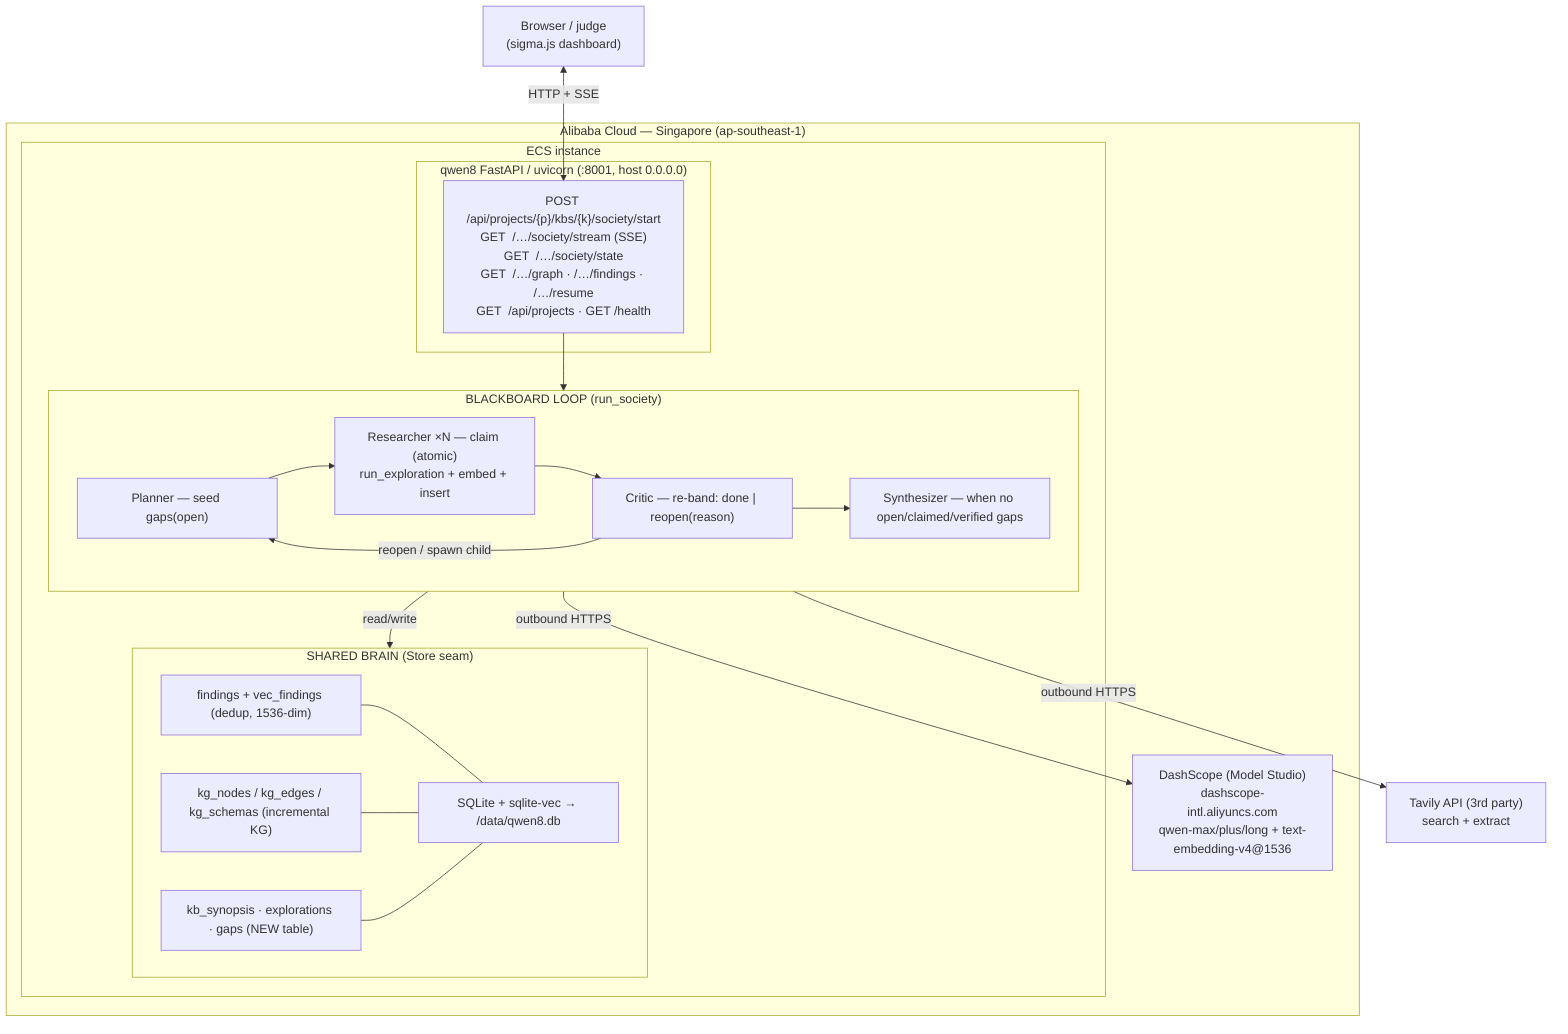
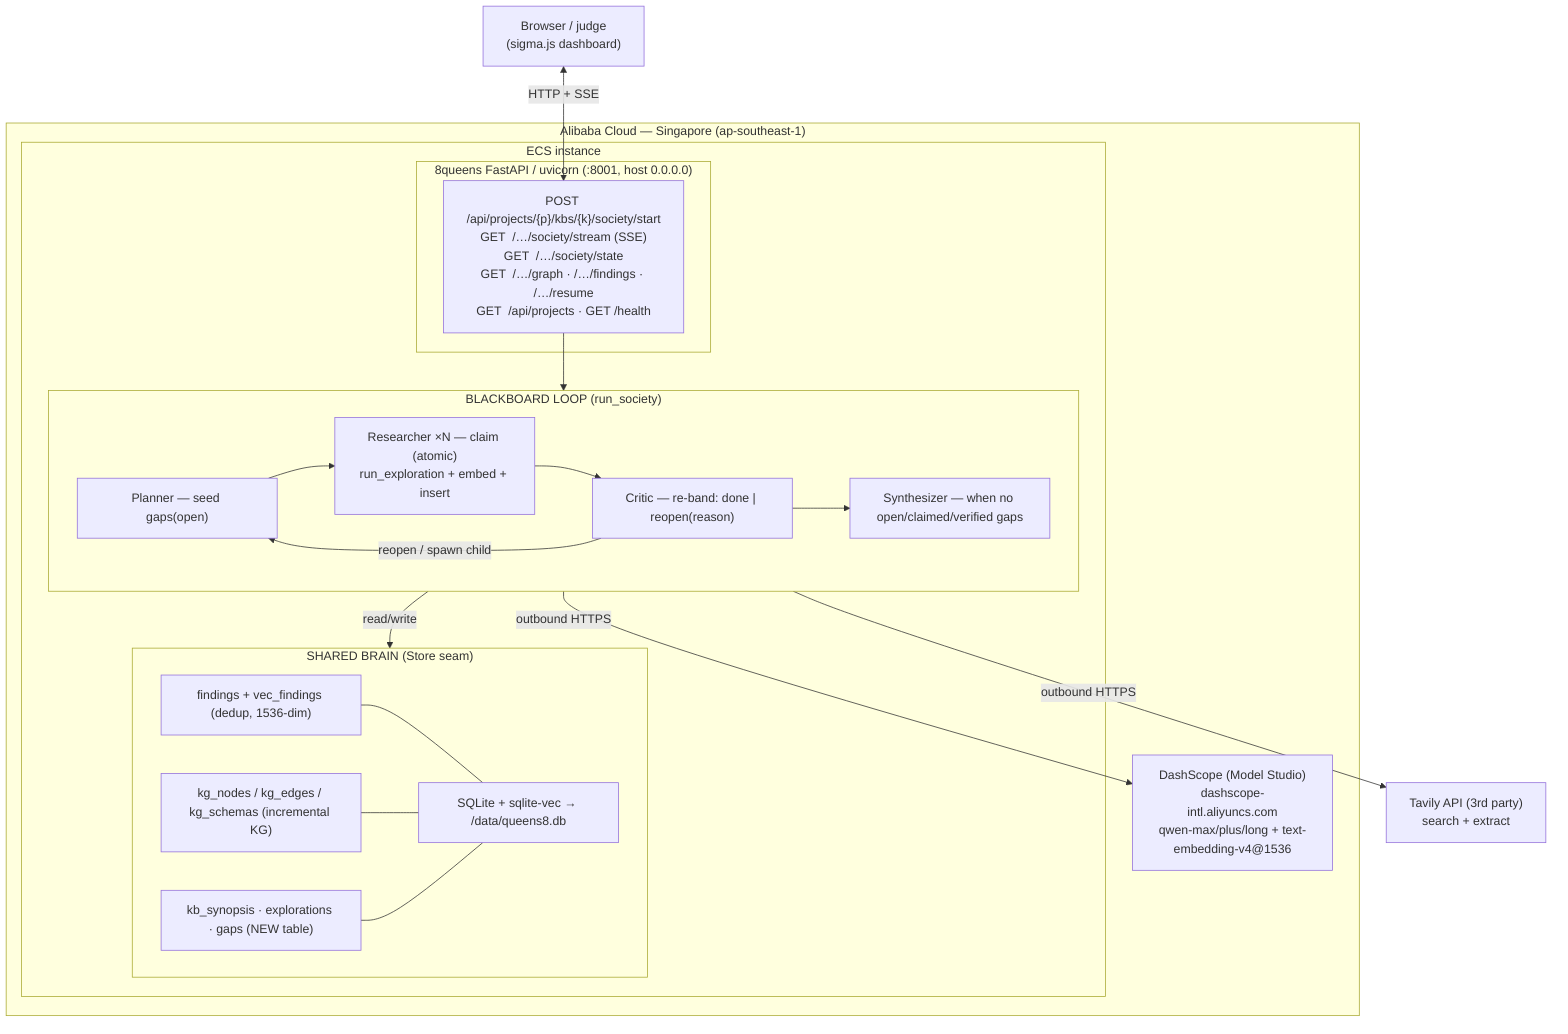
flowchart TB
  browser["Browser / judge<br/>(sigma.js dashboard)"]
  subgraph cloud["Alibaba Cloud — Singapore (ap-southeast-1)"]
    subgraph ecs["ECS instance"]
-       subgraph api["qwen8 FastAPI / uvicorn (:8001, host 0.0.0.0)"]
+       subgraph api["8queens FastAPI / uvicorn (:8001, host 0.0.0.0)"]
        routes["POST /api/projects/{p}/kbs/{k}/society/start<br/>GET  /…/society/stream (SSE)<br/>GET  /…/society/state<br/>GET  /…/graph · /…/findings · /…/resume<br/>GET  /api/projects · GET /health"]
      end
      subgraph loop["BLACKBOARD LOOP (run_society)"]
        planner["Planner — seed gaps(open)"]
        researcher["Researcher ×N — claim (atomic)<br/>run_exploration + embed + insert"]
        critic["Critic — re-band: done | reopen(reason)"]
        synth["Synthesizer — when no open/claimed/verified gaps"]
        planner --> researcher --> critic --> synth
        critic -- "reopen / spawn child" --> planner
      end
      subgraph brain["SHARED BRAIN (Store seam)"]
        findings["findings + vec_findings (dedup, 1536-dim)"]
        kg["kg_nodes / kg_edges / kg_schemas (incremental KG)"]
        meta["kb_synopsis · explorations · gaps (NEW table)"]
-         db["SQLite + sqlite-vec → /data/qwen8.db"]
+         db["SQLite + sqlite-vec → /data/queens8.db"]
        findings --- db
        kg --- db
        meta --- db
      end
      routes --> loop
      loop -->|read/write| brain
    end
    dashscope["DashScope (Model Studio)<br/>dashscope-intl.aliyuncs.com<br/>qwen-max/plus/long + text-embedding-v4@1536"]
  end
  tavily["Tavily API (3rd party)<br/>search + extract"]
  browser <-->|HTTP + SSE| routes
  loop -->|outbound HTTPS| dashscope
  loop -->|outbound HTTPS| tavily
